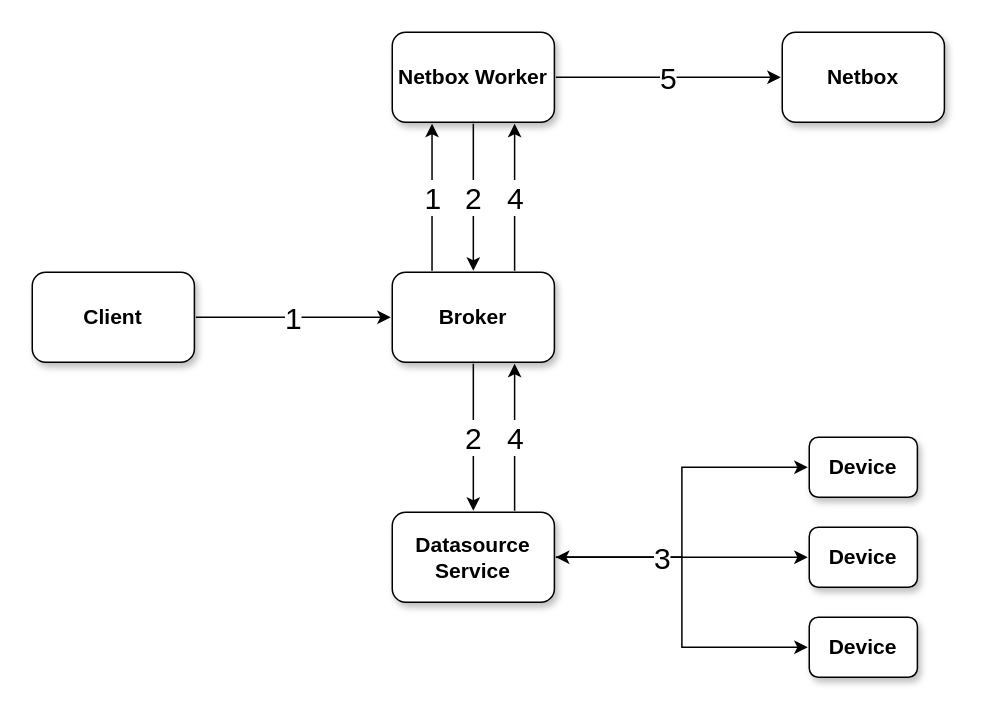
Earlier version of the draw.io diagram page "Netbox Update Interfaces" (9 of 14) of docs/images/ArcOverview.drawio (dmulyalin/NORFAB). Source tidied: cells renumbered, new cells numbered last; positions are measured from the earlier drawing's top-left corner, leaving out a move shared by most shapes. Both pictures are drawn from the tidied source at 150%, with x=0, y=0 at pixel (32, 32).
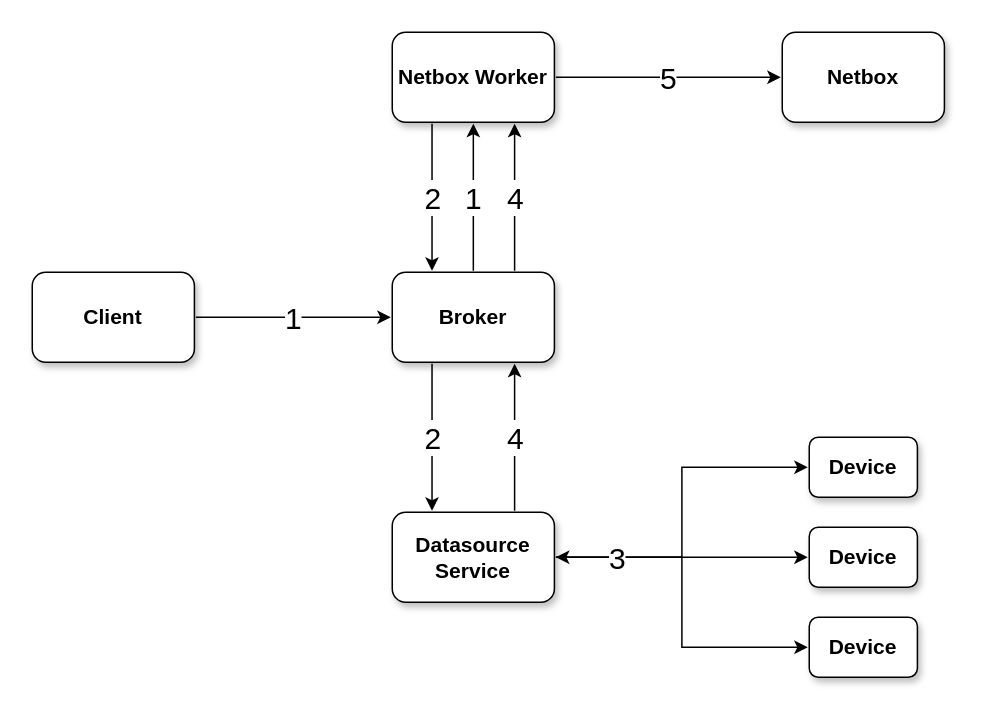
Above is the later version.

Change to the diagram source:
```diff
@@
 <mxGraphModel>
   <root>
     <mxCell id="0" />
     <mxCell id="1" parent="0" />
-    <mxCell id="2" value="1" style="edgeStyle=orthogonalEdgeStyle;rounded=0;jettySize=auto;html=1;exitX=0.25;exitY=0;exitDx=0;exitDy=0;entryX=0.25;entryY=1;entryDx=0;entryDy=0;fontSize=20;" parent="1" edge="1" source="5" target="10">
+    <mxCell id="2" value="1" style="edgeStyle=orthogonalEdgeStyle;rounded=0;jettySize=auto;html=1;exitX=0.5;exitY=0;exitDx=0;exitDy=0;entryX=0.5;entryY=1;entryDx=0;entryDy=0;fontSize=20;" parent="1" edge="1" source="5" target="10">
       <mxGeometry relative="1" as="geometry" />
     </mxCell>
-    <mxCell id="3" value="2" style="edgeStyle=orthogonalEdgeStyle;rounded=0;jettySize=auto;html=1;exitX=0.5;exitY=1;exitDx=0;exitDy=0;entryX=0.5;entryY=0;entryDx=0;entryDy=0;fontSize=20;" parent="1" edge="1" source="5" target="15">
+    <mxCell id="3" value="2" style="edgeStyle=orthogonalEdgeStyle;rounded=0;jettySize=auto;html=1;exitX=0.25;exitY=1;exitDx=0;exitDy=0;entryX=0.25;entryY=0;entryDx=0;entryDy=0;fontSize=20;" parent="1" edge="1" source="5" target="15">
       <mxGeometry relative="1" as="geometry" />
     </mxCell>
     <mxCell id="4" value="4" style="edgeStyle=orthogonalEdgeStyle;rounded=0;jettySize=auto;html=1;exitX=0.75;exitY=0;exitDx=0;exitDy=0;entryX=0.75;entryY=1;entryDx=0;entryDy=0;fontSize=20;" parent="1" edge="1" source="5" target="10">
       <mxGeometry relative="1" as="geometry" />
     </mxCell>
     <mxCell id="5" value="Broker" style="rounded=1;whiteSpace=wrap;html=1;glass=0;shadow=1;perimeterSpacing=1;fontStyle=1;fontSize=14;" parent="1" vertex="1">
       <mxGeometry x="240" y="160" width="108.1" height="60" as="geometry" />
     </mxCell>
     <mxCell id="6" value="1" style="edgeStyle=orthogonalEdgeStyle;rounded=0;jettySize=auto;html=1;exitX=1;exitY=0.5;exitDx=0;exitDy=0;entryX=0;entryY=0.5;entryDx=0;entryDy=0;fontSize=20;" parent="1" edge="1" source="7" target="5">
       <mxGeometry relative="1" as="geometry" />
     </mxCell>
     <mxCell id="7" value="Client" style="rounded=1;whiteSpace=wrap;html=1;glass=0;shadow=1;perimeterSpacing=1;fontStyle=1;fontSize=14;" parent="1" vertex="1">
       <mxGeometry y="160" width="108.1" height="60" as="geometry" />
     </mxCell>
-    <mxCell id="8" value="2" style="edgeStyle=orthogonalEdgeStyle;rounded=0;jettySize=auto;html=1;exitX=0.5;exitY=1;exitDx=0;exitDy=0;entryX=0.5;entryY=0;entryDx=0;entryDy=0;fontSize=20;" parent="1" edge="1" source="10" target="5">
+    <mxCell id="8" value="2" style="edgeStyle=orthogonalEdgeStyle;rounded=0;jettySize=auto;html=1;fontSize=20;exitX=0.25;exitY=1;exitDx=0;exitDy=0;entryX=0.25;entryY=0;entryDx=0;entryDy=0;" parent="1" edge="1" source="10" target="5">
       <mxGeometry relative="1" as="geometry" />
     </mxCell>
     <mxCell id="9" value="5" style="edgeStyle=orthogonalEdgeStyle;rounded=0;jettySize=auto;html=1;exitX=1;exitY=0.5;exitDx=0;exitDy=0;entryX=0;entryY=0.5;entryDx=0;entryDy=0;fontSize=20;" parent="1" edge="1" source="10" target="19">
       <mxGeometry relative="1" as="geometry" />
     </mxCell>
     <mxCell id="10" value="Netbox Worker" style="rounded=1;whiteSpace=wrap;html=1;glass=0;shadow=1;perimeterSpacing=1;fontStyle=1;fontSize=14;" parent="1" vertex="1">
       <mxGeometry x="240" width="108.1" height="60" as="geometry" />
     </mxCell>
     <mxCell id="11" style="edgeStyle=orthogonalEdgeStyle;rounded=0;jettySize=auto;html=1;exitX=1;exitY=0.5;exitDx=0;exitDy=0;entryX=0;entryY=0.5;entryDx=0;entryDy=0;" parent="1" edge="1" source="15" target="18">
       <mxGeometry relative="1" as="geometry" />
     </mxCell>
     <mxCell id="12" style="edgeStyle=orthogonalEdgeStyle;rounded=0;jettySize=auto;html=1;exitX=1;exitY=0.5;exitDx=0;exitDy=0;entryX=0;entryY=0.5;entryDx=0;entryDy=0;startArrow=classic;startFill=1;fontSize=20;" parent="1" edge="1" source="15" target="17">
       <mxGeometry relative="1" as="geometry" />
     </mxCell>
     <mxCell id="13" value="3" style="edgeStyle=orthogonalEdgeStyle;rounded=0;jettySize=auto;html=1;exitX=1;exitY=0.5;exitDx=0;exitDy=0;entryX=0;entryY=0.5;entryDx=0;entryDy=0;fontSize=20;" parent="1" edge="1" source="15" target="16">
-      <mxGeometry x="-0.38" relative="1" as="geometry" />
+      <mxGeometry x="-0.64" relative="1" as="geometry" />
     </mxCell>
     <mxCell id="14" value="4" style="edgeStyle=orthogonalEdgeStyle;rounded=0;jettySize=auto;html=1;exitX=0.75;exitY=0;exitDx=0;exitDy=0;entryX=0.75;entryY=1;entryDx=0;entryDy=0;fontSize=20;" parent="1" edge="1" source="15" target="5">
       <mxGeometry relative="1" as="geometry" />
     </mxCell>
     <mxCell id="15" value="Datasource Service" style="rounded=1;whiteSpace=wrap;html=1;glass=0;shadow=1;perimeterSpacing=1;fontStyle=1;fontSize=14;" parent="1" vertex="1">
       <mxGeometry x="240" y="320" width="108.1" height="60" as="geometry" />
     </mxCell>
     <mxCell id="16" value="Device" style="rounded=1;whiteSpace=wrap;html=1;glass=0;shadow=1;perimeterSpacing=1;fontStyle=1;fontSize=14;" parent="1" vertex="1">
       <mxGeometry x="518" y="390" width="72.1" height="40" as="geometry" />
     </mxCell>
     <mxCell id="17" value="Device" style="rounded=1;whiteSpace=wrap;html=1;glass=0;shadow=1;perimeterSpacing=1;fontStyle=1;fontSize=14;" parent="1" vertex="1">
       <mxGeometry x="518" y="330" width="72.1" height="40" as="geometry" />
     </mxCell>
     <mxCell id="18" value="Device" style="rounded=1;whiteSpace=wrap;html=1;glass=0;shadow=1;perimeterSpacing=1;fontStyle=1;fontSize=14;" parent="1" vertex="1">
       <mxGeometry x="518" y="270" width="72.1" height="40" as="geometry" />
     </mxCell>
     <mxCell id="19" value="Netbox" style="rounded=1;whiteSpace=wrap;html=1;glass=0;shadow=1;perimeterSpacing=1;fontStyle=1;fontSize=14;" parent="1" vertex="1">
       <mxGeometry x="500" width="108.1" height="60" as="geometry" />
     </mxCell>
   </root>
 </mxGraphModel>
```
